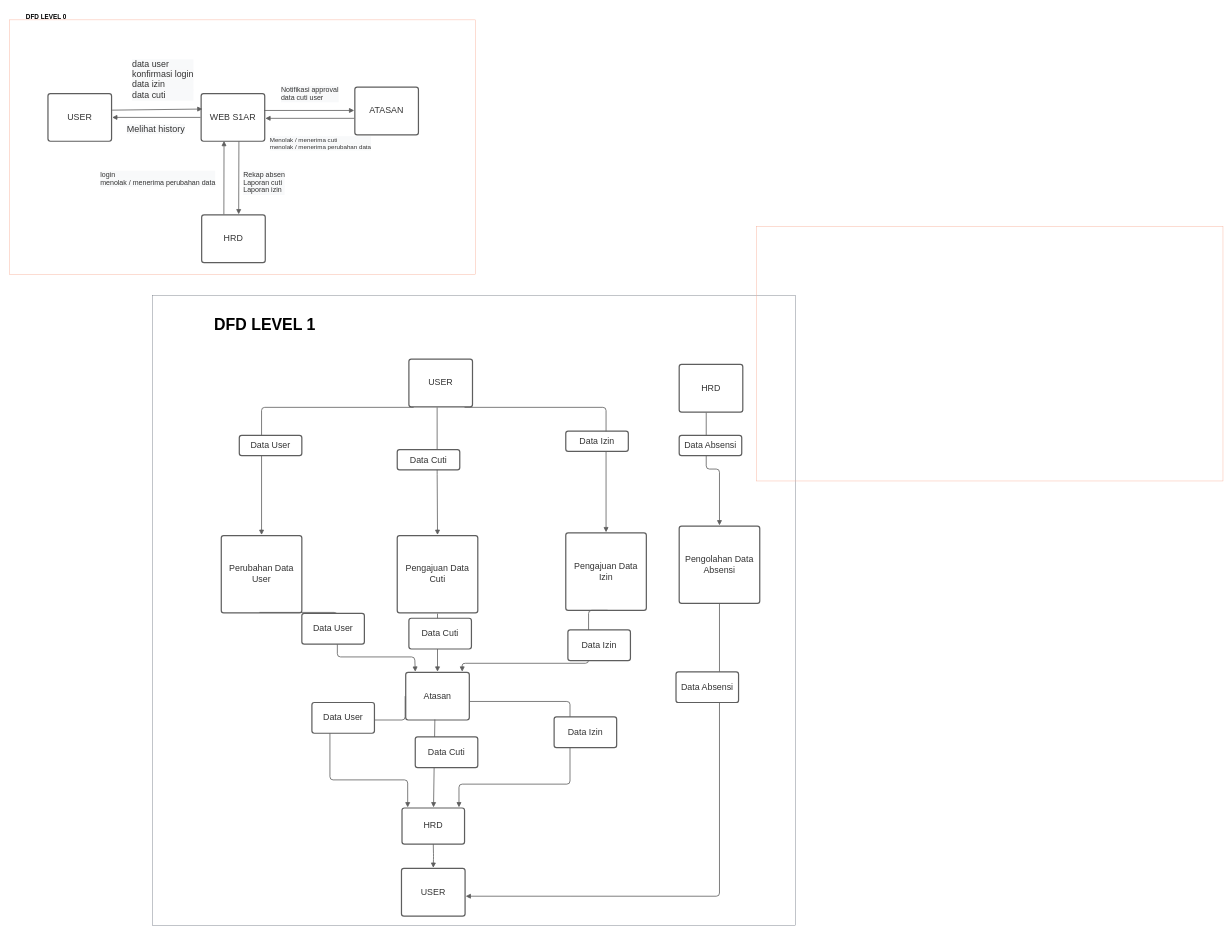
Above: page "DFD" (3 of 6) of ERDS1AR/ERD S1AR.drawio in magang-aiia/ERD-Diagram (draw.io), before the change. Source tidied: cells renumbered, new cells numbered last; positions are measured from the earlier drawing's top-left corner, leaving out a move shared by most shapes. Both pictures are drawn from the tidied source at 53%, with x=0, y=0 at pixel (9, 9).
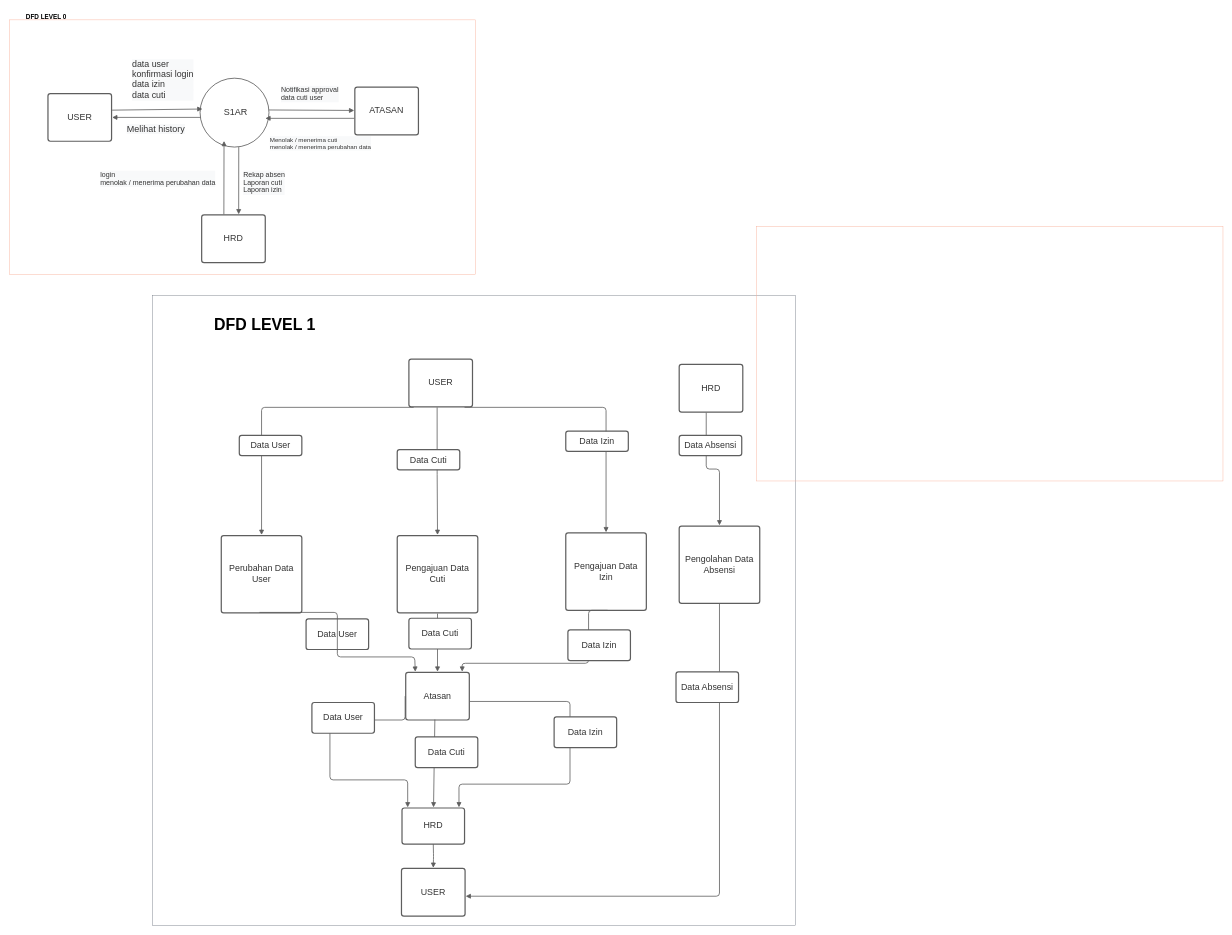
The same page after the edit.

The change refers to these unchanged cells:
```xml
<mxCell id="2" style="html=1;overflow=block;blockSpacing=1;whiteSpace=wrap;fontSize=13;spacing=0;strokeColor=#f8ad96;strokeOpacity=100;fillOpacity=0;fillColor=#ffffff;strokeWidth=0.8;" parent="1" vertex="1">
  <mxGeometry y="20" width="880" height="480" as="geometry" />
</mxCell>
<mxCell id="9" value="USER" style="html=1;overflow=block;blockSpacing=1;whiteSpace=wrap;fontSize=16.7;fontColor=#333333;spacing=9;strokeColor=#5e5e5e;strokeOpacity=100;rounded=1;absoluteArcSize=1;arcSize=9;strokeWidth=2.3;" parent="1" vertex="1">
  <mxGeometry x="73" y="159" width="120" height="90" as="geometry" />
</mxCell>
<mxCell id="13" value="ATASAN" style="html=1;overflow=block;blockSpacing=1;whiteSpace=wrap;fontSize=16.7;fontColor=#333333;spacing=9;strokeColor=#5e5e5e;strokeOpacity=100;rounded=1;absoluteArcSize=1;arcSize=9;strokeWidth=2.3;" parent="1" vertex="1">
  <mxGeometry x="652" y="147" width="120" height="90" as="geometry" />
</mxCell>
<mxCell id="16" value="HRD" style="html=1;overflow=block;blockSpacing=1;whiteSpace=wrap;fontSize=16.7;fontColor=#333333;spacing=9;strokeColor=#5e5e5e;strokeOpacity=100;rounded=1;absoluteArcSize=1;arcSize=9;strokeWidth=2.3;" parent="1" vertex="1">
  <mxGeometry x="363" y="388" width="120" height="90" as="geometry" />
</mxCell>
<mxCell id="19" style="html=1;overflow=block;blockSpacing=1;whiteSpace=wrap;fontSize=13;spacing=0;strokeColor=#6f7681;strokeOpacity=100;fillOpacity=0;fillColor=#ffffff;strokeWidth=0.8;" parent="1" vertex="1">
  <mxGeometry x="270" y="540" width="1213" height="1189" as="geometry" />
</mxCell>
```

The edit, as a diff of the source:
```diff
@@
+    <mxCell id="55" value="&lt;span style=&quot;color: rgb(51, 51, 51); font-size: 17px;&quot;&gt;&amp;nbsp;S1AR&lt;/span&gt;" style="ellipse;whiteSpace=wrap;html=1;" parent="2" vertex="1">
+      <mxGeometry x="360" y="110" width="130" height="130" as="geometry" />
+    </mxCell>
@@
-    <mxCell id="10" value="WEB S1AR" style="html=1;overflow=block;blockSpacing=1;whiteSpace=wrap;fontSize=16.7;fontColor=#333333;spacing=9;strokeColor=#5e5e5e;strokeOpacity=100;rounded=1;absoluteArcSize=1;arcSize=9;strokeWidth=2.3;" parent="1" vertex="1">
-      <mxGeometry x="362" y="159" width="120" height="90" as="geometry" />
-    </mxCell>
-    <mxCell id="11" style="html=1;jettySize=18;whiteSpace=wrap;overflow=block;blockSpacing=1;fontSize=13;strokeColor=#5E5E5E;strokeWidth=1.5;rounded=0;startArrow=none;endArrow=block;endFill=1;exitX=1.009;exitY=0.348;exitPerimeter=0;entryX=0.021;entryY=0.325;entryPerimeter=0;" parent="1" edge="1" source="9" target="10">
-      <mxGeometry relative="1" as="geometry" />
+    <mxCell id="11" style="html=1;jettySize=18;whiteSpace=wrap;overflow=block;blockSpacing=1;fontSize=13;strokeColor=#5E5E5E;strokeWidth=1.5;rounded=0;startArrow=none;endArrow=block;endFill=1;exitX=1.009;exitY=0.348;exitPerimeter=0;entryX=0.021;entryY=0.325;entryPerimeter=0;" parent="1" edge="1" source="9">
+      <mxGeometry relative="1" as="geometry">
+        <mxPoint x="364.5" y="188.2" as="targetPoint" />
+      </mxGeometry>
     </mxCell>
-    <mxCell id="12" style="html=1;jettySize=18;whiteSpace=wrap;overflow=block;blockSpacing=1;fontSize=13;strokeColor=#5E5E5E;strokeWidth=1.5;rounded=0;startArrow=none;endArrow=block;endFill=1;exitX=-0.009;exitY=0.5;exitPerimeter=0;entryX=1.009;entryY=0.5;entryPerimeter=0;" parent="1" edge="1" source="10" target="9">
-      <mxGeometry relative="1" as="geometry" />
+    <mxCell id="12" style="html=1;jettySize=18;whiteSpace=wrap;overflow=block;blockSpacing=1;fontSize=13;strokeColor=#5E5E5E;strokeWidth=1.5;rounded=0;startArrow=none;endArrow=block;endFill=1;exitX=-0.009;exitY=0.5;exitPerimeter=0;entryX=1.009;entryY=0.5;entryPerimeter=0;" parent="1" edge="1" target="9">
+      <mxGeometry relative="1" as="geometry">
+        <mxPoint x="360.9" y="204" as="sourcePoint" />
+      </mxGeometry>
     </mxCell>
@@
-    <mxCell id="14" style="html=1;jettySize=18;whiteSpace=wrap;overflow=block;blockSpacing=1;fontSize=13;strokeColor=#5E5E5E;strokeWidth=1.5;rounded=0;startArrow=none;endArrow=block;endFill=1;exitX=0.989;exitY=0.355;exitPerimeter=0;entryX=-0.009;entryY=0.488;entryPerimeter=0;" parent="1" edge="1" source="10" target="13">
-      <mxGeometry relative="1" as="geometry" />
+    <mxCell id="14" style="html=1;jettySize=18;whiteSpace=wrap;overflow=block;blockSpacing=1;fontSize=13;strokeColor=#5E5E5E;strokeWidth=1.5;rounded=0;startArrow=none;endArrow=block;endFill=1;entryX=-0.009;entryY=0.488;entryPerimeter=0;" parent="1" edge="1" target="13">
+      <mxGeometry relative="1" as="geometry">
+        <mxPoint x="490" y="190" as="sourcePoint" />
+      </mxGeometry>
     </mxCell>
-    <mxCell id="15" style="html=1;jettySize=18;whiteSpace=wrap;overflow=block;blockSpacing=1;fontSize=13;strokeColor=#5E5E5E;strokeWidth=1.5;rounded=0;startArrow=none;endArrow=block;endFill=1;exitX=-0.009;exitY=0.653;exitPerimeter=0;entryX=1.009;entryY=0.52;entryPerimeter=0;" parent="1" edge="1" source="13" target="10">
-      <mxGeometry relative="1" as="geometry" />
+    <mxCell id="15" style="html=1;jettySize=18;whiteSpace=wrap;overflow=block;blockSpacing=1;fontSize=13;strokeColor=#5E5E5E;strokeWidth=1.5;rounded=0;startArrow=none;endArrow=block;endFill=1;exitX=-0.009;exitY=0.653;exitPerimeter=0;entryX=1.009;entryY=0.52;entryPerimeter=0;" parent="1" edge="1" source="13">
+      <mxGeometry relative="1" as="geometry">
+        <mxPoint x="483.1" y="205.8" as="targetPoint" />
+      </mxGeometry>
     </mxCell>
@@
-    <mxCell id="17" style="html=1;jettySize=18;whiteSpace=wrap;overflow=block;blockSpacing=1;fontSize=13;strokeColor=#5E5E5E;strokeWidth=1.5;rounded=0;startArrow=none;endArrow=block;endFill=1;exitX=0.594;exitY=1.004;exitPerimeter=0;entryX=0.582;entryY=-0.012;entryPerimeter=0;" parent="1" edge="1" source="10" target="16">
-      <mxGeometry relative="1" as="geometry" />
+    <mxCell id="17" style="html=1;jettySize=18;whiteSpace=wrap;overflow=block;blockSpacing=1;fontSize=13;strokeColor=#5E5E5E;strokeWidth=1.5;rounded=0;startArrow=none;endArrow=block;endFill=1;entryX=0.582;entryY=-0.012;entryPerimeter=0;" parent="1" edge="1" target="16">
+      <mxGeometry relative="1" as="geometry">
+        <mxPoint x="433" y="260" as="sourcePoint" />
+      </mxGeometry>
     </mxCell>
-    <mxCell id="18" style="html=1;jettySize=18;whiteSpace=wrap;overflow=block;blockSpacing=1;fontSize=13;strokeColor=#5E5E5E;strokeWidth=1.5;rounded=0;startArrow=none;endArrow=block;endFill=1;exitX=0.349;exitY=-0.012;exitPerimeter=0;entryX=0.36;entryY=0.993;entryPerimeter=0;" parent="1" edge="1" source="16" target="10">
-      <mxGeometry relative="1" as="geometry" />
+    <mxCell id="18" style="html=1;jettySize=18;whiteSpace=wrap;overflow=block;blockSpacing=1;fontSize=13;strokeColor=#5E5E5E;strokeWidth=1.5;rounded=0;startArrow=none;endArrow=block;endFill=1;exitX=0.349;exitY=-0.012;exitPerimeter=0;entryX=0.36;entryY=0.993;entryPerimeter=0;" parent="1" edge="1" source="16">
+      <mxGeometry relative="1" as="geometry">
+        <mxPoint x="405.2" y="248.4" as="targetPoint" />
+      </mxGeometry>
     </mxCell>
@@
+    <mxCell id="35" value="Data User" style="html=1;overflow=block;blockSpacing=1;whiteSpace=wrap;fontSize=16.7;fontColor=#333333;align=center;spacing=9;verticalAlign=middle;strokeColor=#5e5e5e;strokeOpacity=100;rounded=1;absoluteArcSize=1;arcSize=9;strokeWidth=2.3;" parent="19" vertex="1">
+      <mxGeometry x="290" y="610" width="118" height="58" as="geometry" />
+    </mxCell>
@@
-    <mxCell id="35" value="Data User" style="html=1;overflow=block;blockSpacing=1;whiteSpace=wrap;fontSize=16.7;fontColor=#333333;align=center;spacing=9;verticalAlign=middle;strokeColor=#5e5e5e;strokeOpacity=100;rounded=1;absoluteArcSize=1;arcSize=9;strokeWidth=2.3;" parent="1" vertex="1">
-      <mxGeometry x="552" y="1140" width="118" height="58" as="geometry" />
-    </mxCell>
```
